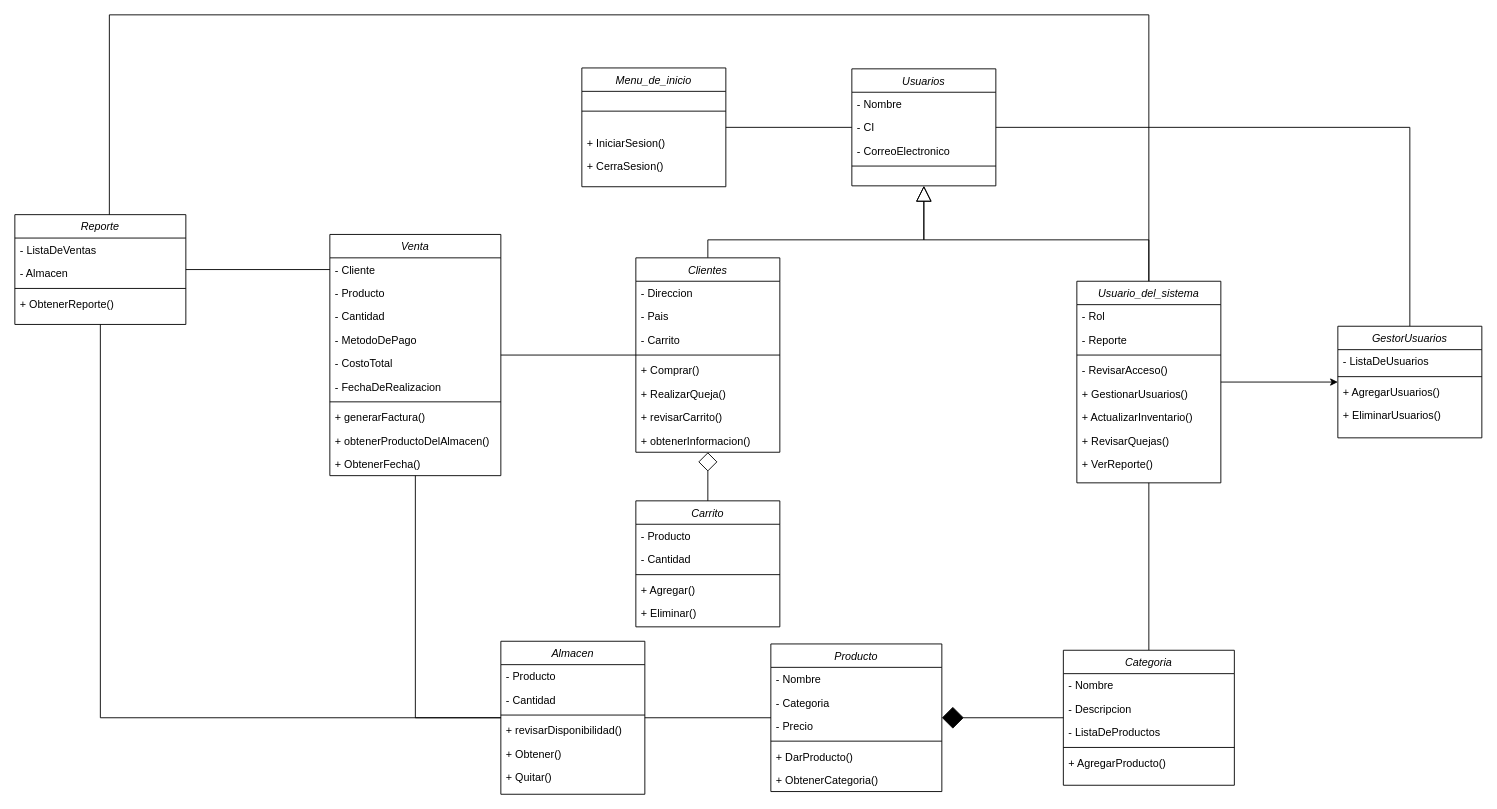
This is DDC Tienda.drawio from JorgeMartinezSanchez/Progra_II, a draw.io file, before an edit. Source tidied: cells renumbered, new cells numbered last; positions are measured from the earlier drawing's top-left corner, leaving out a move shared by most shapes. Both pictures are drawn from the tidied source at 90%, with x=0, y=0 at pixel (14, 14).
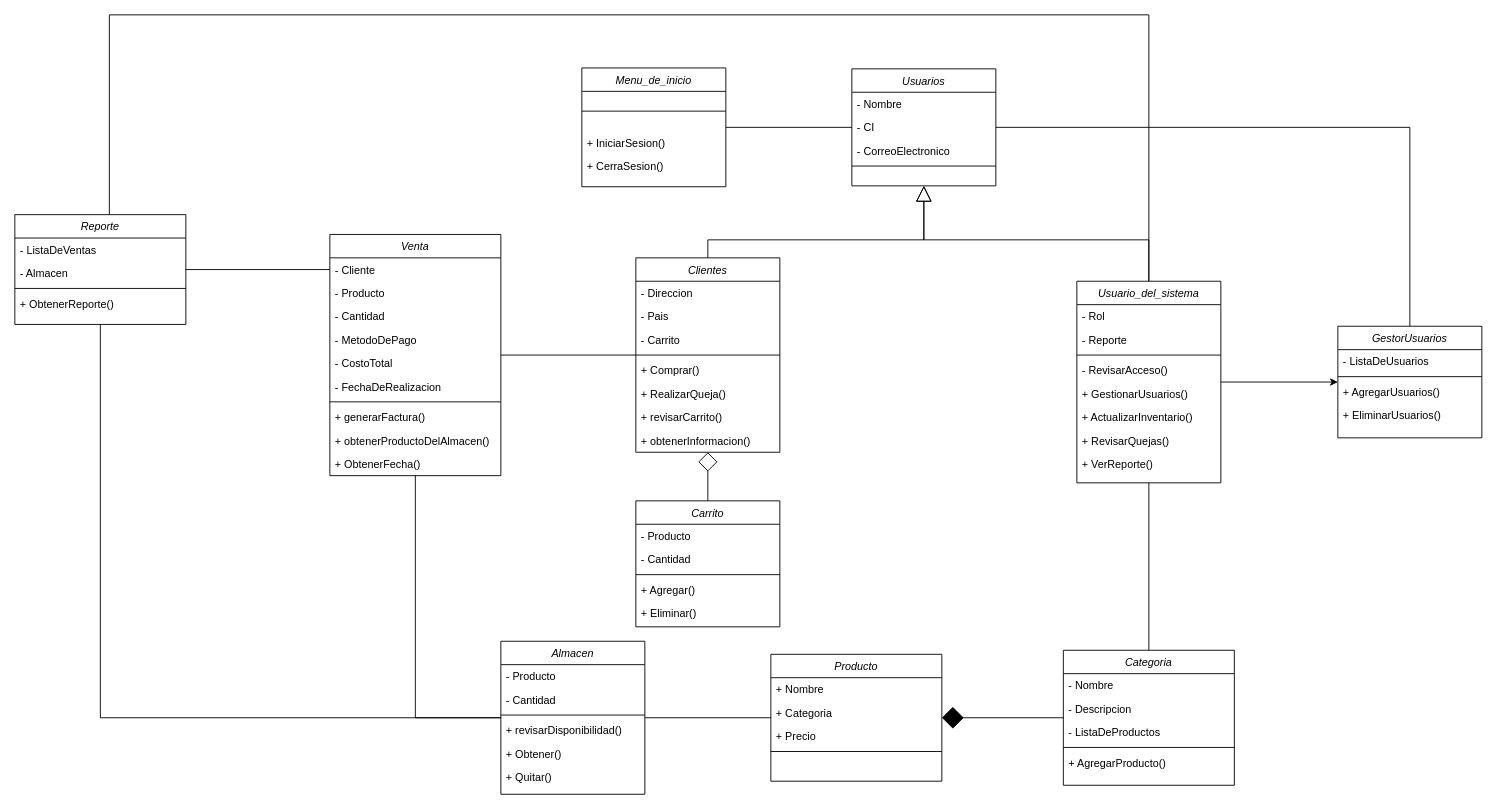
The same page after the edit.

Diff of the diagram source:
```diff
@@
     <mxCell id="66" value="Producto" style="swimlane;fontStyle=2;align=center;verticalAlign=top;horizontal=1;startSize=26;rounded=0;shadow=0;strokeWidth=1;" parent="1" vertex="1">
-      <mxGeometry x="840" y="699" width="190" height="164" as="geometry" />
+      <mxGeometry x="840" y="710.5" width="190" height="141" as="geometry" />
     </mxCell>
-    <mxCell id="67" value="- Nombre" style="text;align=left;verticalAlign=top;spacingLeft=4;spacingRight=4;overflow=hidden;" parent="66" vertex="1">
+    <mxCell id="67" value="+ Nombre" style="text;align=left;verticalAlign=top;spacingLeft=4;spacingRight=4;overflow=hidden;" parent="66" vertex="1">
       <mxGeometry y="26" width="190" height="26" as="geometry" />
     </mxCell>
-    <mxCell id="68" value="- Categoria" style="text;align=left;verticalAlign=top;spacingLeft=4;spacingRight=4;overflow=hidden;rounded=0;shadow=0;html=0;" parent="66" vertex="1">
+    <mxCell id="68" value="+ Categoria" style="text;align=left;verticalAlign=top;spacingLeft=4;spacingRight=4;overflow=hidden;rounded=0;shadow=0;html=0;" parent="66" vertex="1">
       <mxGeometry y="52" width="190" height="26" as="geometry" />
     </mxCell>
-    <mxCell id="69" value="- Precio" style="text;align=left;verticalAlign=top;spacingLeft=4;spacingRight=4;overflow=hidden;rounded=0;shadow=0;html=0;" parent="66" vertex="1">
+    <mxCell id="69" value="+ Precio" style="text;align=left;verticalAlign=top;spacingLeft=4;spacingRight=4;overflow=hidden;rounded=0;shadow=0;html=0;" parent="66" vertex="1">
       <mxGeometry y="78" width="190" height="26" as="geometry" />
     </mxCell>
@@
-    <mxCell id="71" value="+ DarProducto()" style="text;align=left;verticalAlign=top;spacingLeft=4;spacingRight=4;overflow=hidden;rounded=0;shadow=0;html=0;" parent="66" vertex="1">
-      <mxGeometry y="112" width="190" height="26" as="geometry" />
-    </mxCell>
-    <mxCell id="72" value="+ ObtenerCategoria()" style="text;align=left;verticalAlign=top;spacingLeft=4;spacingRight=4;overflow=hidden;rounded=0;shadow=0;html=0;" parent="66" vertex="1">
-      <mxGeometry y="138" width="190" height="26" as="geometry" />
-    </mxCell>
```
